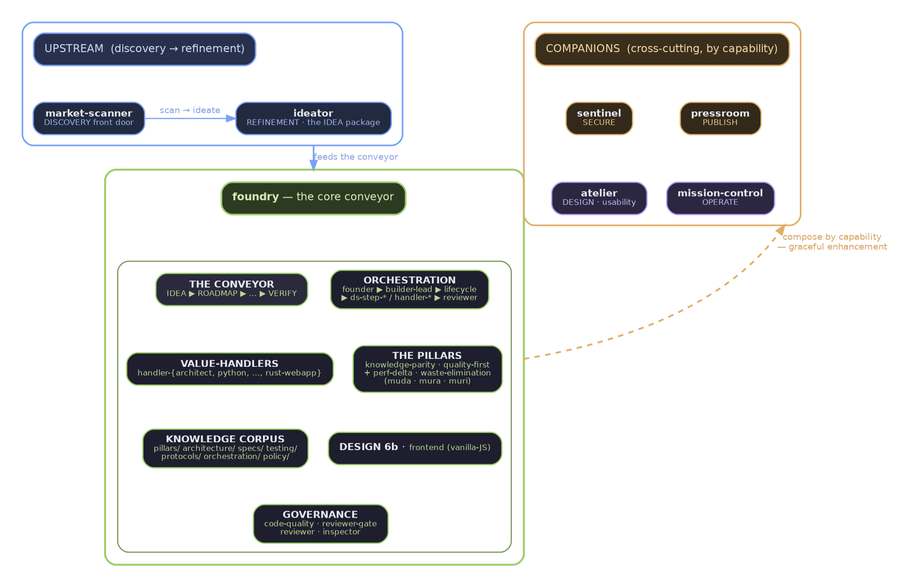
Above: plugins/foundry/knowledge/diagrams/01-domain-tree.png in agentic-underground/idea-to-production (Graphviz), before the change. Its source is kept beside it as plugins/foundry/knowledge/diagrams/01-domain-tree.dot.
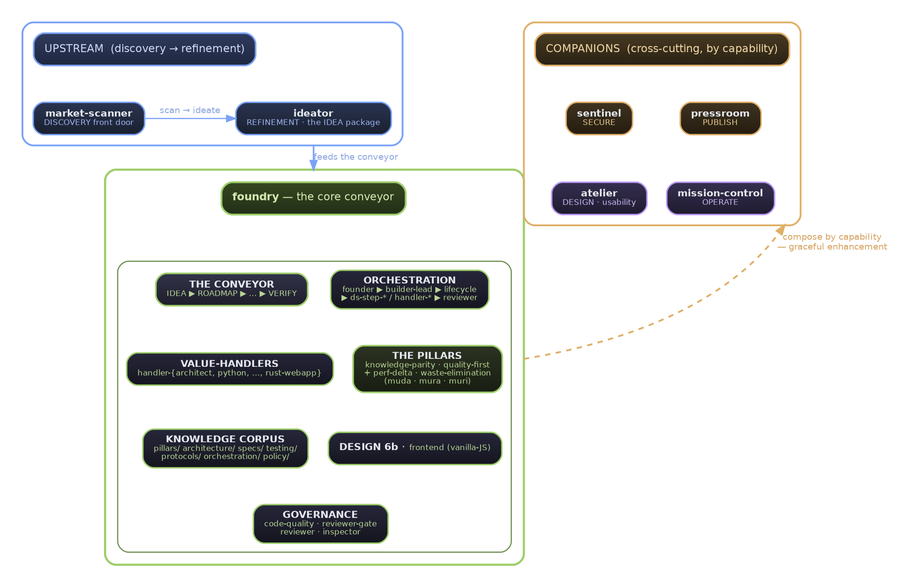
The same diagram one commit later.

Diff of the diagram source:
```diff
@@ -8,24 +8,24 @@
   margin=0.18
   fontname="DejaVu Sans"
 
-  node [shape=box, style="filled,rounded", fillcolor="#1e1e2e", color="#9aa2c0",
-        fontcolor="#e6e9f0", fontname="DejaVu Sans", fontsize=11,
-        penwidth=1.4, margin="0.16,0.10"]
+  node [shape=box, style="filled,rounded", fillcolor="#26263a:#15151f", gradientangle=270,
+        color="#9aa2c0", fontcolor="#e6e9f0", fontname="DejaVu Sans", fontsize=11,
+        penwidth=1.6, margin="0.16,0.10"]
   edge [color="#9aa2c0", fontcolor="#b8bed0", fontname="DejaVu Sans",
         fontsize=10, penwidth=1.3]
 
 
   subgraph cluster_upstream {
     label=""
-    style="rounded"; color="#7aa2f7"; penwidth=1.8; bgcolor="transparent"; margin=12
+    style="rounded"; color="#7aa2f7"; penwidth=2.0; bgcolor="transparent"; margin=12
 
     up_title [label="UPSTREAM  (discovery → refinement)", shape=box,
-              style="filled,rounded", fillcolor="#27314d", color="#7aa2f7",
-              fontcolor="#cdd9f6", fontsize=12, penwidth=1.6]
+              style="filled,rounded", fillcolor="#2f3a5c:#1f2840", color="#7aa2f7",
+              fontcolor="#cdd9f6", fontsize=12, penwidth=1.8]
     scanner [label=<<b>market-scanner</b><br/><font point-size="9" color="#9fb6ee">DISCOVERY front door</font>>,
-             fillcolor="#222a3f", color="#7aa2f7"]
+             fillcolor="#2a3450:#19202f", color="#7aa2f7"]
     ideator [label=<<b>ideator</b><br/><font point-size="9" color="#9fb6ee">REFINEMENT &middot; the IDEA package</font>>,
-             fillcolor="#222a3f", color="#7aa2f7"]
+             fillcolor="#2a3450:#19202f", color="#7aa2f7"]
 
     { rank=same; scanner; ideator }
     up_title -> scanner [style=invis]
@@ -35,30 +35,30 @@
 
   subgraph cluster_core {
     label=""
-    style="rounded"; color="#9ece6a"; penwidth=2.2; bgcolor="transparent"; margin=14
+    style="rounded"; color="#9ece6a"; penwidth=2.4; bgcolor="transparent"; margin=14
 
     core_title [label=<<b>foundry</b> &mdash; the core conveyor>, shape=box,
-                style="filled,rounded", fillcolor="#2c3a22", color="#9ece6a",
-                fontcolor="#d4e7b0", fontsize=12, penwidth=1.8]
+                style="filled,rounded", fillcolor="#36471f:#222e18", color="#9ece6a",
+                fontcolor="#d4e7b0", fontsize=12, penwidth=2.0]
 
     subgraph cluster_core_cells {
       label=""
-      style="rounded"; color="#6f8f4e"; penwidth=1.2; bgcolor="transparent"; margin=10
+      style="rounded"; color="#6f8f4e"; penwidth=1.3; bgcolor="transparent"; margin=10
 
       cell_conveyor [label=<<b>THE CONVEYOR</b><br/><font point-size="9" color="#b9d595">IDEA ▶ ROADMAP ▶ … ▶ VERIFY</font>>,
-                     fillcolor="#2a2a3c", color="#9ece6a"]
+                     fillcolor="#33334a:#1d1d2a", color="#9ece6a", penwidth=1.8]
       cell_orch [label=<<b>ORCHESTRATION</b><br/><font point-size="9" color="#b9d595">founder ▶ builder-lead ▶ lifecycle<br/>▶ ds-step-* / handler-* ▶ reviewer</font>>,
-                 fillcolor="#1e1e2e", color="#9ece6a"]
+                 fillcolor="#26263a:#15151f", color="#9ece6a"]
       cell_handlers [label=<<b>VALUE-HANDLERS</b><br/><font point-size="9" color="#b9d595">handler-{architect, python, &hellip;, rust-webapp}</font>>,
-                     fillcolor="#1e1e2e", color="#9ece6a"]
+                     fillcolor="#26263a:#15151f", color="#9ece6a"]
       cell_pillars [label=<<b>THE PILLARS</b><br/><font point-size="9" color="#b9d595">knowledge-parity &middot; quality-first<br/>+ perf-delta &middot; waste-elimination<br/>(muda &middot; mura &middot; muri)</font>>,
-                    fillcolor="#1e1e2e", color="#9ece6a"]
+                    fillcolor="#2c3322:#181d12", color="#9ece6a", penwidth=1.8]
       cell_corpus [label=<<b>KNOWLEDGE CORPUS</b><br/><font point-size="9" color="#b9d595">pillars/ architecture/ specs/ testing/<br/>protocols/ orchestration/ policy/</font>>,
-                   fillcolor="#1e1e2e", color="#9ece6a"]
+                   fillcolor="#26263a:#15151f", color="#9ece6a"]
       cell_design [label=<<b>DESIGN 6b</b> &middot; <font point-size="9" color="#b9d595">frontend (vanilla-JS)</font>>,
-                   fillcolor="#1e1e2e", color="#9ece6a"]
+                   fillcolor="#26263a:#15151f", color="#9ece6a"]
       cell_gov [label=<<b>GOVERNANCE</b><br/><font point-size="9" color="#b9d595">code-quality &middot; reviewer-gate<br/>reviewer &middot; inspector</font>>,
-                fillcolor="#1e1e2e", color="#9ece6a"]
+                fillcolor="#26263a:#15151f", color="#9ece6a"]
 
       { rank=same; cell_conveyor;  cell_orch }
       { rank=same; cell_handlers;  cell_pillars }
@@ -77,19 +77,19 @@
 
   subgraph cluster_companions {
     label=""
-    style="rounded"; color="#e0af68"; penwidth=1.8; bgcolor="transparent"; margin=12
+    style="rounded"; color="#e0af68"; penwidth=2.0; bgcolor="transparent"; margin=12
 
     co_title [label="COMPANIONS  (cross-cutting, by capability)", shape=box,
-              style="filled,rounded", fillcolor="#3a2f1c", color="#e0af68",
-              fontcolor="#f0d6a4", fontsize=12, penwidth=1.6]
+              style="filled,rounded", fillcolor="#473a22:#2a2114", color="#e0af68",
+              fontcolor="#f0d6a4", fontsize=12, penwidth=1.8]
     sentinel [label=<<b>sentinel</b><br/><font point-size="9" color="#e8c98f">SECURE</font>>,
-              fillcolor="#33291a", color="#e0af68"]
+              fillcolor="#3f3320:#241c10", color="#e0af68"]
     pressroom [label=<<b>pressroom</b><br/><font point-size="9" color="#e8c98f">PUBLISH</font>>,
-               fillcolor="#33291a", color="#e0af68"]
+               fillcolor="#3f3320:#241c10", color="#e0af68"]
     atelier [label=<<b>atelier</b><br/><font point-size="9" color="#cbb6f0">DESIGN &middot; usability</font>>,
-             fillcolor="#2c2740", color="#bb9af7"]
+             fillcolor="#352f50:#1f1b2e", color="#bb9af7"]
     mission [label=<<b>mission-control</b><br/><font point-size="9" color="#cbb6f0">OPERATE</font>>,
-             fillcolor="#2c2740", color="#bb9af7"]
+             fillcolor="#352f50:#1f1b2e", color="#bb9af7"]
 
     { rank=same; sentinel;  pressroom }
     { rank=same; atelier;   mission }
```
